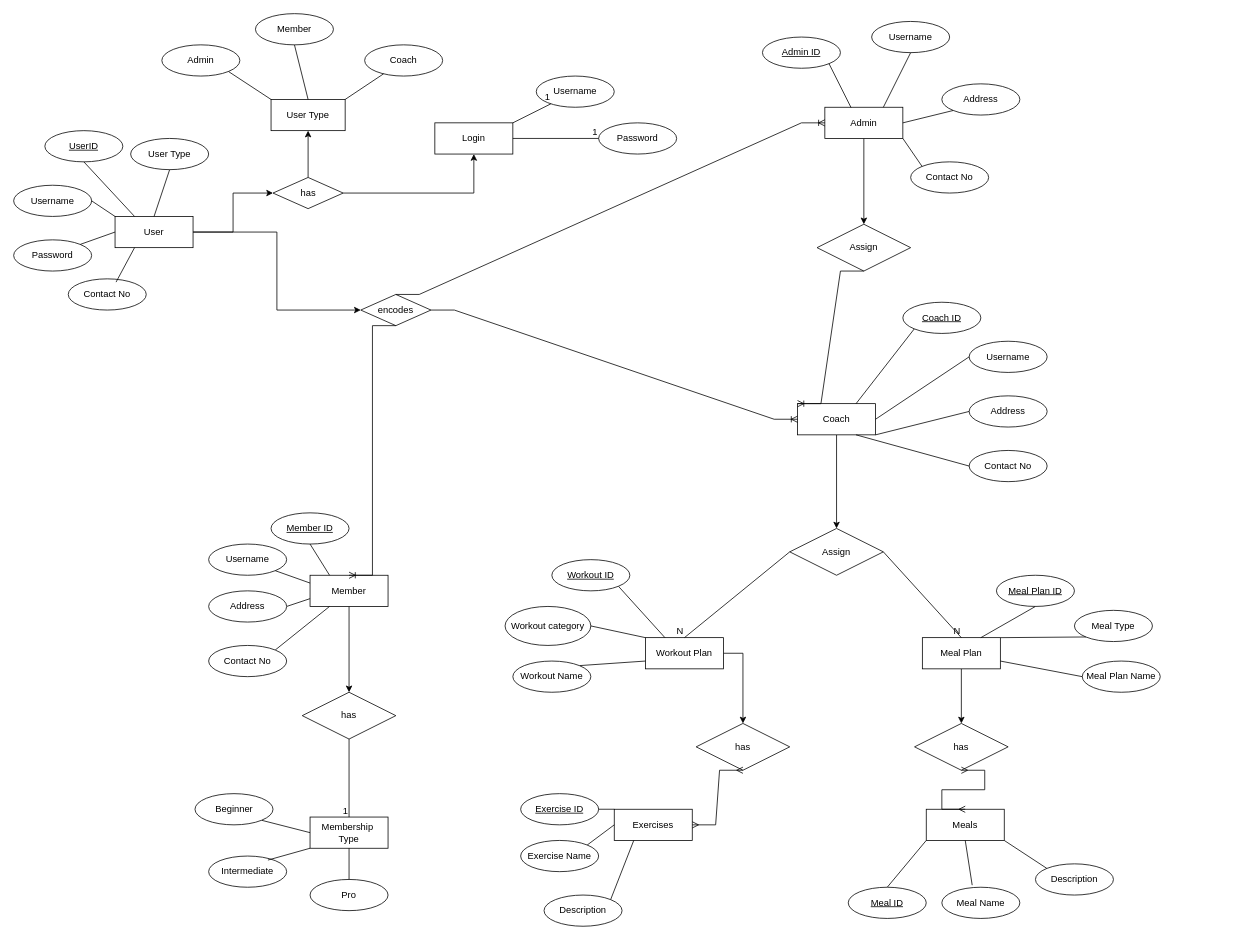
Earlier version of the draw.io diagram page "Page-2" (2 of 2) of Untitled Diagram.drawio (gitEranga/Gym-Management-System). Source tidied: cells renumbered, new cells numbered last; positions are measured from the earlier drawing's top-left corner, leaving out a move shared by most shapes. Both pictures are drawn from the tidied source at 78%, with x=0, y=0 at pixel (13, 13).
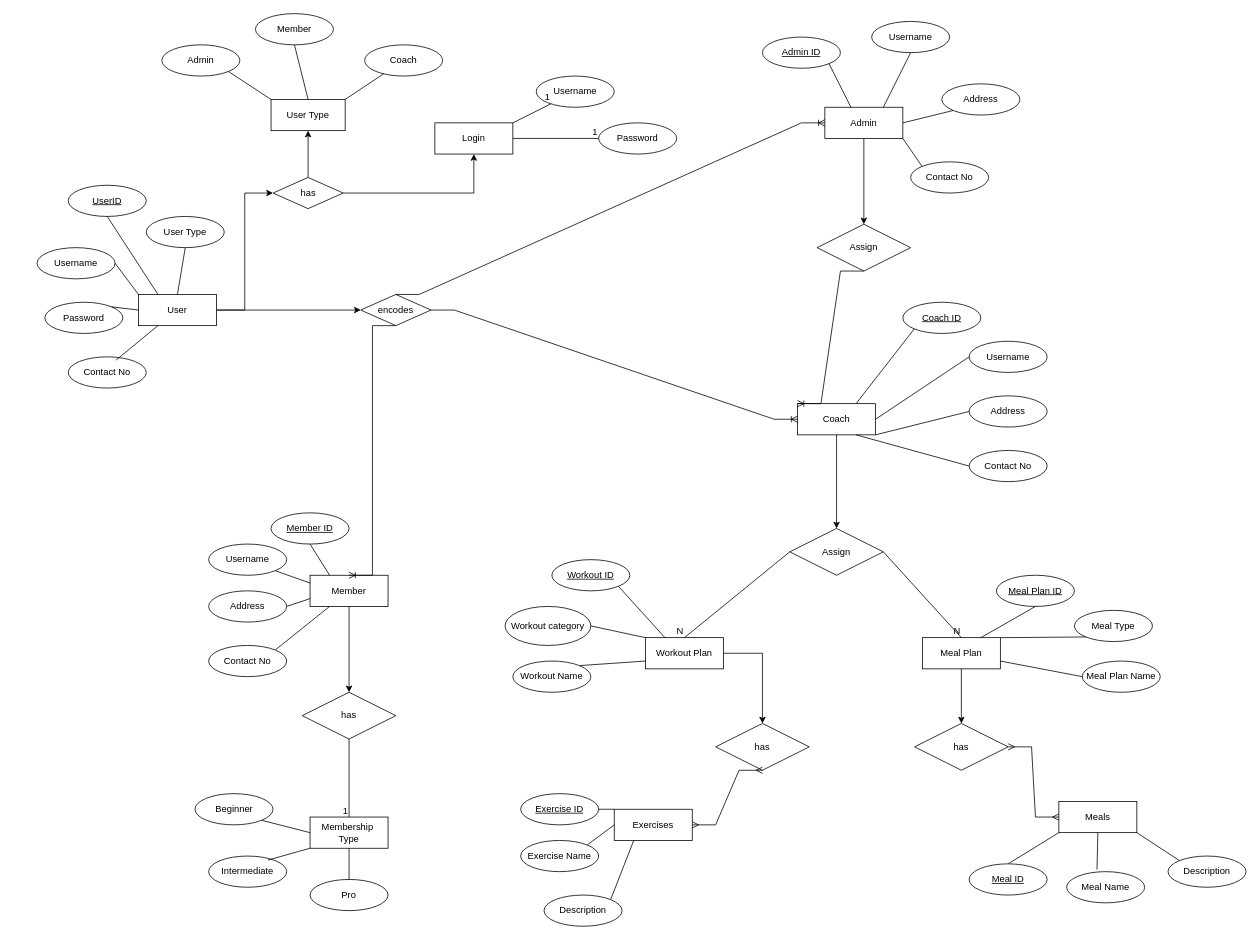
Above is the later version.

Unchanged cells that the change refers to:
```xml
<mxCell id="96" value="has" style="shape=rhombus;perimeter=rhombusPerimeter;whiteSpace=wrap;html=1;align=center;" parent="1" vertex="1">
  <mxGeometry x="1155" y="910" width="120" height="60" as="geometry" />
</mxCell>
```

The edit, as a diff of the source:
```diff
@@
     <mxCell id="4" value="User" style="whiteSpace=wrap;html=1;align=center;" parent="1" vertex="1">
-      <mxGeometry x="130" y="260" width="100" height="40" as="geometry" />
+      <mxGeometry x="160" y="360" width="100" height="40" as="geometry" />
     </mxCell>
@@
     <mxCell id="17" value="Meals" style="whiteSpace=wrap;html=1;align=center;" parent="1" vertex="1">
-      <mxGeometry x="1170" y="1020" width="100" height="40" as="geometry" />
+      <mxGeometry x="1340" y="1010" width="100" height="40" as="geometry" />
     </mxCell>
@@
     <mxCell id="22" value="UserID" style="ellipse;whiteSpace=wrap;html=1;align=center;fontStyle=4;" parent="1" vertex="1">
-      <mxGeometry x="40" y="150" width="100" height="40" as="geometry" />
+      <mxGeometry x="70" y="220" width="100" height="40" as="geometry" />
     </mxCell>
@@
     <mxCell id="24" value="Username" style="ellipse;whiteSpace=wrap;html=1;align=center;" parent="1" vertex="1">
-      <mxGeometry y="220" width="100" height="40" as="geometry" />
+      <mxGeometry x="30" y="300" width="100" height="40" as="geometry" />
     </mxCell>
     <mxCell id="25" value="Password" style="ellipse;whiteSpace=wrap;html=1;align=center;" parent="1" vertex="1">
-      <mxGeometry y="290" width="100" height="40" as="geometry" />
+      <mxGeometry x="40" y="370" width="100" height="40" as="geometry" />
     </mxCell>
     <mxCell id="26" value="Contact No" style="ellipse;whiteSpace=wrap;html=1;align=center;" parent="1" vertex="1">
-      <mxGeometry x="70" y="340" width="100" height="40" as="geometry" />
+      <mxGeometry x="70" y="440" width="100" height="40" as="geometry" />
     </mxCell>
@@
     <mxCell id="47" value="User Type" style="ellipse;whiteSpace=wrap;html=1;align=center;" parent="1" vertex="1">
-      <mxGeometry x="150" y="160" width="100" height="40" as="geometry" />
+      <mxGeometry x="170" y="260" width="100" height="40" as="geometry" />
     </mxCell>
@@
     <mxCell id="87" value="Meal ID" style="ellipse;whiteSpace=wrap;html=1;align=center;fontStyle=4;" parent="1" vertex="1">
-      <mxGeometry x="1070" y="1120" width="100" height="40" as="geometry" />
+      <mxGeometry x="1225" y="1090" width="100" height="40" as="geometry" />
     </mxCell>
     <mxCell id="88" value="Meal Name" style="ellipse;whiteSpace=wrap;html=1;align=center;" parent="1" vertex="1">
-      <mxGeometry x="1190" y="1120" width="100" height="40" as="geometry" />
+      <mxGeometry x="1350" y="1100" width="100" height="40" as="geometry" />
     </mxCell>
     <mxCell id="89" value="Description" style="ellipse;whiteSpace=wrap;html=1;align=center;" parent="1" vertex="1">
-      <mxGeometry x="1310" y="1090" width="100" height="40" as="geometry" />
+      <mxGeometry x="1480" y="1080" width="100" height="40" as="geometry" />
     </mxCell>
@@
     <mxCell id="95" value="has" style="shape=rhombus;perimeter=rhombusPerimeter;whiteSpace=wrap;html=1;align=center;" parent="1" vertex="1">
-      <mxGeometry x="875" y="910" width="120" height="60" as="geometry" />
+      <mxGeometry x="900" y="910" width="120" height="60" as="geometry" />
     </mxCell>
@@
-    <mxCell id="101" style="edgeStyle=entityRelationEdgeStyle;fontSize=12;html=1;endArrow=ERmany;startArrow=ERmany;rounded=0;entryX=0.5;entryY=1;entryDx=0;entryDy=0;exitX=0.5;exitY=0;exitDx=0;exitDy=0;" parent="1" edge="1" source="17" target="96">
-      <mxGeometry relative="1" as="geometry" />
+    <mxCell id="101" style="edgeStyle=entityRelationEdgeStyle;fontSize=12;html=1;endArrow=ERmany;startArrow=ERmany;rounded=0;exitX=0;exitY=0.5;exitDx=0;exitDy=0;entryX=1;entryY=0.5;entryDx=0;entryDy=0;" parent="1" edge="1" source="17" target="96">
+      <mxGeometry relative="1" as="geometry">
+        <Array as="points">
+          <mxPoint x="1280" y="960" />
+          <mxPoint x="1260" y="990" />
+        </Array>
+      </mxGeometry>
     </mxCell>
```
